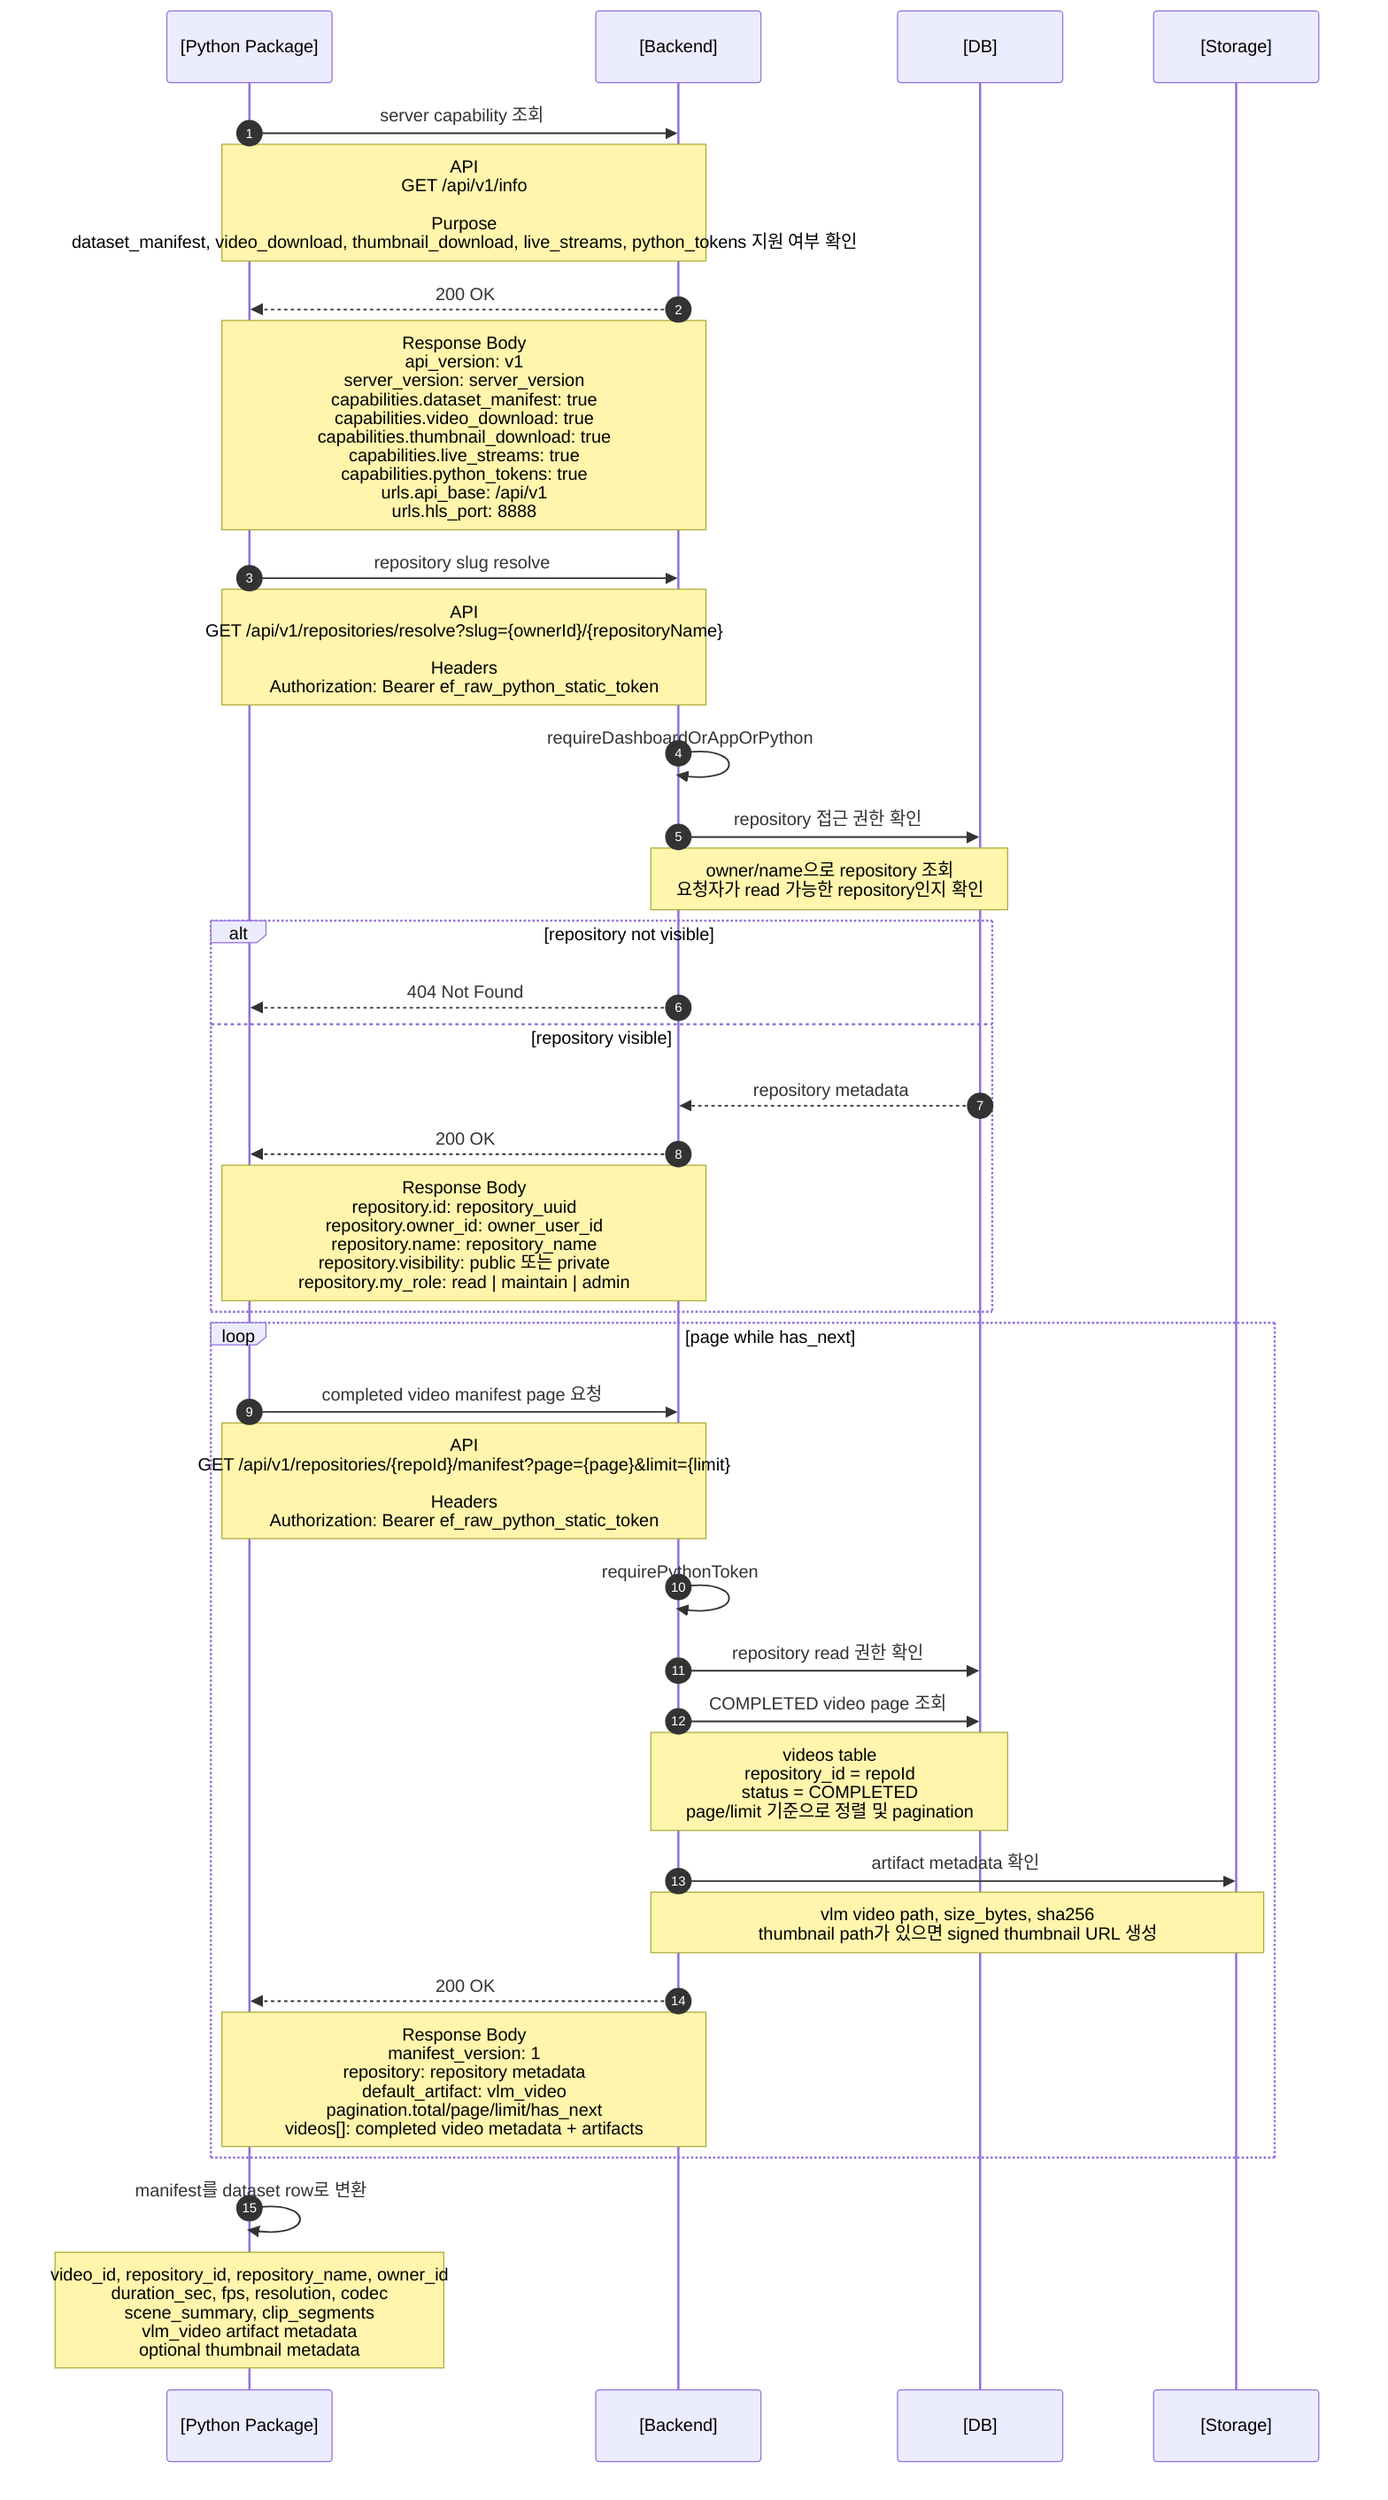
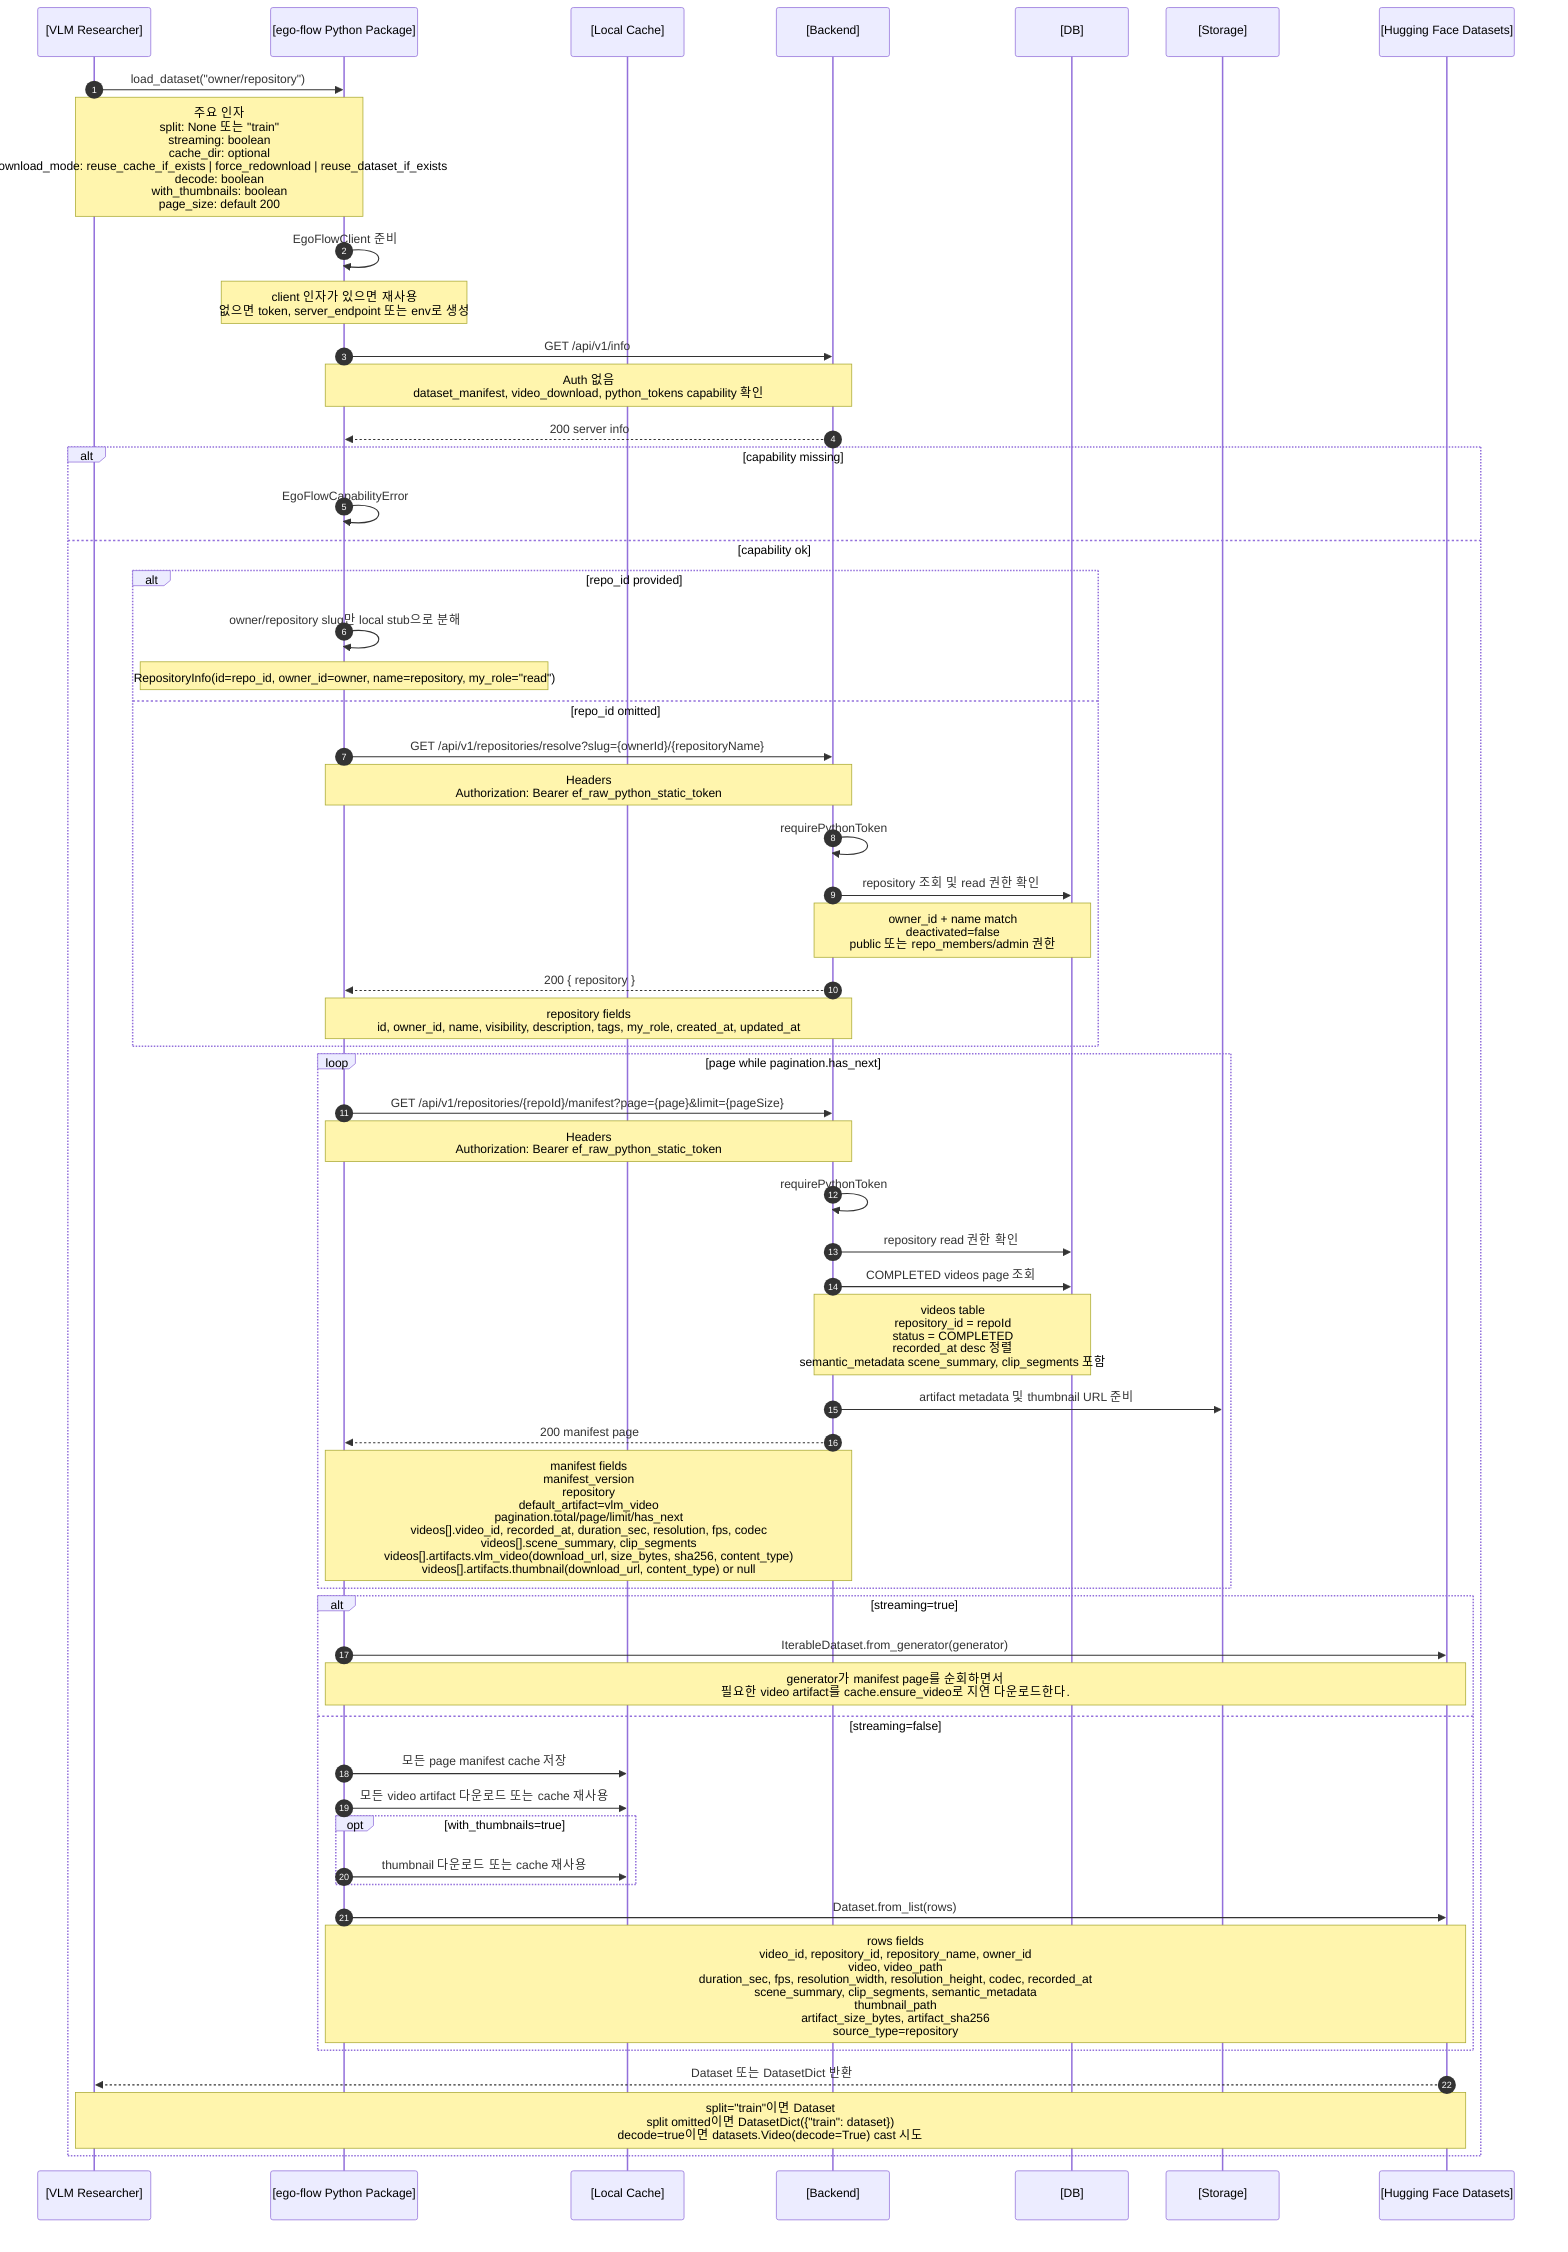
sequenceDiagram
  autonumber
-   participant Python as [Python Package]
+   participant Researcher as [VLM Researcher]
+   participant Python as [ego-flow Python Package]
+   participant Cache as [Local Cache]
  participant Backend as [Backend]
  participant DB as [DB]
  participant Storage as [Storage]
+   participant HF as [Hugging Face Datasets]

-   Python->>Backend: server capability 조회
-   Note over Python,Backend: API<br/>GET /api/v1/info<br/><br/>Purpose<br/>dataset_manifest, video_download, thumbnail_download, live_streams, python_tokens 지원 여부 확인
-   Backend-->>Python: 200 OK
-   Note over Backend,Python: Response Body<br/>api_version: v1<br/>server_version: server_version<br/>capabilities.dataset_manifest: true<br/>capabilities.video_download: true<br/>capabilities.thumbnail_download: true<br/>capabilities.live_streams: true<br/>capabilities.python_tokens: true<br/>urls.api_base: /api/v1<br/>urls.hls_port: 8888
+   Researcher->>Python: load_dataset("owner/repository")
+   Note over Researcher,Python: 주요 인자<br/>split: None 또는 "train"<br/>streaming: boolean<br/>cache_dir: optional<br/>download_mode: reuse_cache_if_exists | force_redownload | reuse_dataset_if_exists<br/>decode: boolean<br/>with_thumbnails: boolean<br/>page_size: default 200

-   Python->>Backend: repository slug resolve
-   Note over Python,Backend: API<br/>GET /api/v1/repositories/resolve?slug={ownerId}/{repositoryName}<br/><br/>Headers<br/>Authorization: Bearer ef_raw_python_static_token
+   Python->>Python: EgoFlowClient 준비
+   Note over Python: client 인자가 있으면 재사용<br/>없으면 token, server_endpoint 또는 env로 생성

-   Backend->>Backend: requireDashboardOrAppOrPython
-   Backend->>DB: repository 접근 권한 확인
-   Note over Backend,DB: owner/name으로 repository 조회<br/>요청자가 read 가능한 repository인지 확인
+   Python->>Backend: GET /api/v1/info
+   Note over Python,Backend: Auth 없음<br/>dataset_manifest, video_download, python_tokens capability 확인
+   Backend-->>Python: 200 server info

-   alt repository not visible
-     Backend-->>Python: 404 Not Found
-   else repository visible
-     DB-->>Backend: repository metadata
-     Backend-->>Python: 200 OK
-     Note over Backend,Python: Response Body<br/>repository.id: repository_uuid<br/>repository.owner_id: owner_user_id<br/>repository.name: repository_name<br/>repository.visibility: public 또는 private<br/>repository.my_role: read | maintain | admin
+   alt capability missing
+     Python->>Python: EgoFlowCapabilityError
+   else capability ok
+     alt repo_id provided
+       Python->>Python: owner/repository slug만 local stub으로 분해
+       Note over Python: RepositoryInfo(id=repo_id, owner_id=owner, name=repository, my_role="read")
+     else repo_id omitted
+       Python->>Backend: GET /api/v1/repositories/resolve?slug={ownerId}/{repositoryName}
+       Note over Python,Backend: Headers<br/>Authorization: Bearer ef_raw_python_static_token
+       Backend->>Backend: requirePythonToken
+       Backend->>DB: repository 조회 및 read 권한 확인
+       Note over Backend,DB: owner_id + name match<br/>deactivated=false<br/>public 또는 repo_members/admin 권한
+       Backend-->>Python: 200 { repository }
+       Note over Backend,Python: repository fields<br/>id, owner_id, name, visibility, description, tags, my_role, created_at, updated_at
+     end
+ 
+     loop page while pagination.has_next
+       Python->>Backend: GET /api/v1/repositories/{repoId}/manifest?page={page}&limit={pageSize}
+       Note over Python,Backend: Headers<br/>Authorization: Bearer ef_raw_python_static_token
+ 
+       Backend->>Backend: requirePythonToken
+       Backend->>DB: repository read 권한 확인
+       Backend->>DB: COMPLETED videos page 조회
+       Note over Backend,DB: videos table<br/>repository_id = repoId<br/>status = COMPLETED<br/>recorded_at desc 정렬<br/>semantic_metadata scene_summary, clip_segments 포함
+       Backend->>Storage: artifact metadata 및 thumbnail URL 준비
+       Backend-->>Python: 200 manifest page
+       Note over Backend,Python: manifest fields<br/>manifest_version<br/>repository<br/>default_artifact=vlm_video<br/>pagination.total/page/limit/has_next<br/>videos[].video_id, recorded_at, duration_sec, resolution, fps, codec<br/>videos[].scene_summary, clip_segments<br/>videos[].artifacts.vlm_video(download_url, size_bytes, sha256, content_type)<br/>videos[].artifacts.thumbnail(download_url, content_type) or null
+     end
+ 
+     alt streaming=true
+       Python->>HF: IterableDataset.from_generator(generator)
+       Note over Python,HF: generator가 manifest page를 순회하면서<br/>필요한 video artifact를 cache.ensure_video로 지연 다운로드한다.
+     else streaming=false
+       Python->>Cache: 모든 page manifest cache 저장
+       Python->>Cache: 모든 video artifact 다운로드 또는 cache 재사용
+       opt with_thumbnails=true
+         Python->>Cache: thumbnail 다운로드 또는 cache 재사용
+       end
+       Python->>HF: Dataset.from_list(rows)
+       Note over Python,HF: rows fields<br/>video_id, repository_id, repository_name, owner_id<br/>video, video_path<br/>duration_sec, fps, resolution_width, resolution_height, codec, recorded_at<br/>scene_summary, clip_segments, semantic_metadata<br/>thumbnail_path<br/>artifact_size_bytes, artifact_sha256<br/>source_type=repository
+     end
+ 
+     HF-->>Researcher: Dataset 또는 DatasetDict 반환
+     Note over HF,Researcher: split="train"이면 Dataset<br/>split omitted이면 DatasetDict({"train": dataset})<br/>decode=true이면 datasets.Video(decode=True) cast 시도
  end

-   loop page while has_next
-     Python->>Backend: completed video manifest page 요청
-     Note over Python,Backend: API<br/>GET /api/v1/repositories/{repoId}/manifest?page={page}&limit={limit}<br/><br/>Headers<br/>Authorization: Bearer ef_raw_python_static_token
- 
-     Backend->>Backend: requirePythonToken
-     Backend->>DB: repository read 권한 확인
-     Backend->>DB: COMPLETED video page 조회
-     Note over Backend,DB: videos table<br/>repository_id = repoId<br/>status = COMPLETED<br/>page/limit 기준으로 정렬 및 pagination
-     Backend->>Storage: artifact metadata 확인
-     Note over Backend,Storage: vlm video path, size_bytes, sha256<br/>thumbnail path가 있으면 signed thumbnail URL 생성
-     Backend-->>Python: 200 OK
-     Note over Backend,Python: Response Body<br/>manifest_version: 1<br/>repository: repository metadata<br/>default_artifact: vlm_video<br/>pagination.total/page/limit/has_next<br/>videos[]: completed video metadata + artifacts
-   end
- 
-   Python->>Python: manifest를 dataset row로 변환
-   Note over Python: video_id, repository_id, repository_name, owner_id<br/>duration_sec, fps, resolution, codec<br/>scene_summary, clip_segments<br/>vlm_video artifact metadata<br/>optional thumbnail metadata
- 
%% 참고:
- %% manifest는 completed video만 Python/VLM 사용 대상으로 노출한다.
- %% chunk upload 진행 상태나 live session 상태는 manifest에 포함되지 않는다.
- %% Python package는 page 단위 manifest를 받아 cache 또는 Hugging Face Dataset row로 변환한다.
- %% live HLS playback direct URL은 Python package가 fixed 8888 port로 구성한다.
+ %% Python package는 completed video manifest만 VLM dataset 대상으로 다룬다.
+ %% 진행 중인 live stream 또는 HTTP upload 상태는 manifest에 포함하지 않는다.
+ %% RepositoryInfo는 repository resolve response의 tags를 파싱한다.
+ %% manifest repository object는 현재처럼 id, name, owner_id, visibility, my_role만 사용한다.
+ %% Python package는 서버가 semantic_metadata object를 추가로 내려줄 경우 dataset row에 pass-through 할 수 있는 확장 지점만 둔다.
